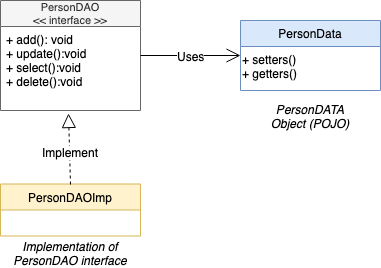
Above: images/dao.png in tarcisiofcarvalho/articles (draw.io), before the change. Source tidied: cells renumbered, new cells last; positions are measured from the earlier drawing's top-left corner, leaving out a move shared by most shapes.
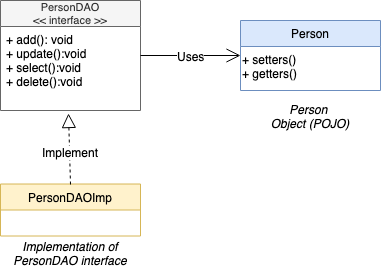
After the commit.

What changed in the source:
```diff
@@ -11,7 +11,7 @@
     <mxCell id="4" value="PersonDAOImp" style="swimlane;fontStyle=0;horizontal=1;startSize=26;fillColor=#fff2cc;strokeColor=#d6b656;" parent="1" vertex="1">
       <mxGeometry y="183.5" width="140" height="52" as="geometry" />
     </mxCell>
-    <mxCell id="5" value="PersonData" style="swimlane;fontStyle=0;horizontal=1;startSize=26;fillColor=#dae8fc;strokeColor=#6c8ebf;" parent="1" vertex="1">
+    <mxCell id="5" value="Person" style="swimlane;fontStyle=0;horizontal=1;startSize=26;fillColor=#dae8fc;strokeColor=#6c8ebf;" parent="1" vertex="1">
       <mxGeometry x="240" y="20" width="140" height="70" as="geometry" />
     </mxCell>
     <mxCell id="6" value="+ setters()&lt;br&gt;+ getters()" style="text;html=1;" parent="5" vertex="1">
@@ -34,7 +34,7 @@
     <mxCell id="11" value="Implementation of &#10;PersonDAO interface" style="text;align=center;fontStyle=2;verticalAlign=middle;spacingLeft=3;spacingRight=3;strokeColor=none;" parent="1" vertex="1">
       <mxGeometry x="30" y="240.5" width="80" height="26" as="geometry" />
     </mxCell>
-    <mxCell id="12" value="PersonDATA &#10;Object (POJO)" style="text;align=center;fontStyle=2;verticalAlign=middle;spacingLeft=3;spacingRight=3;strokeColor=none;" parent="1" vertex="1">
+    <mxCell id="12" value="Person &#10;Object (POJO)" style="text;align=center;fontStyle=2;verticalAlign=middle;spacingLeft=3;spacingRight=3;strokeColor=none;" parent="1" vertex="1">
       <mxGeometry x="270" y="104" width="80" height="26" as="geometry" />
     </mxCell>
   </root>
```
